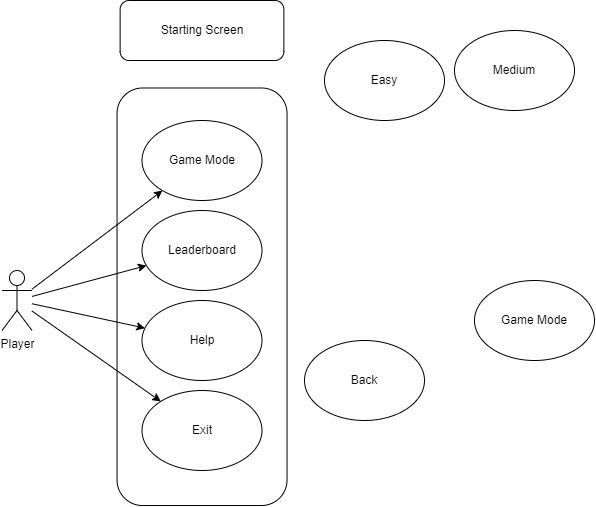
Dzungpham171/Pikachu-project keeps this draw.io diagram as GameInstructions.png. Above is the earlier version. Source tidied: cells renumbered, new cells last; positions are measured from the earlier drawing's top-left corner, leaving out a move shared by most shapes.
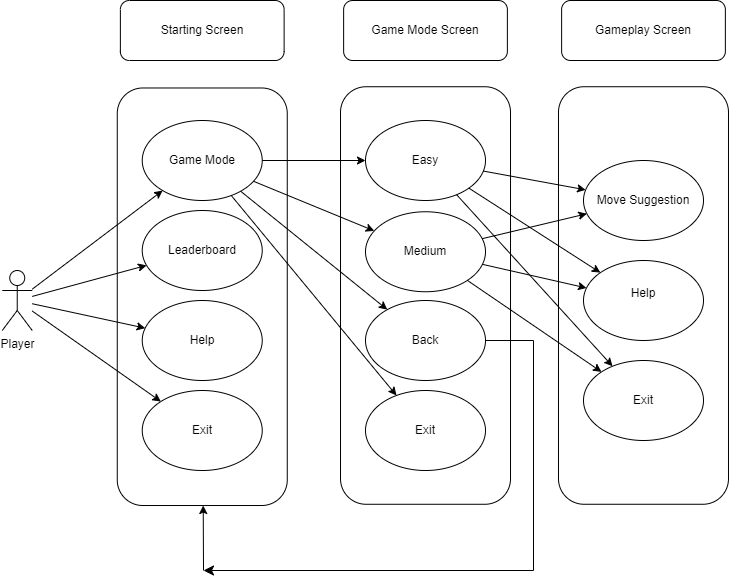
The same file after the commit.

What changed in the source:
```diff
@@ -2,6 +2,15 @@
   <root>
     <mxCell id="0" />
     <mxCell id="1" parent="0" />
+    <mxCell id="17" style="rounded=1;whiteSpace=wrap;html=1;rotation=-90;" parent="1" vertex="1">
+      <mxGeometry x="441" y="210" width="417.5" height="170" as="geometry" />
+    </mxCell>
+    <mxCell id="18" style="rounded=1;whiteSpace=wrap;html=1;rotation=-90;" parent="1" vertex="1">
+      <mxGeometry x="223" y="210" width="417.5" height="170" as="geometry" />
+    </mxCell>
+    <mxCell id="13" value="Easy" style="ellipse;whiteSpace=wrap;html=1;" parent="1" vertex="1">
+      <mxGeometry x="371.8" y="120" width="120" height="80" as="geometry" />
+    </mxCell>
     <mxCell id="2" style="rounded=1;whiteSpace=wrap;html=1;rotation=-90;" parent="1" vertex="1">
       <mxGeometry x="-0.2" y="211.2" width="417.5" height="170" as="geometry" />
     </mxCell>
@@ -21,7 +30,7 @@
       <mxGeometry x="148.5" y="210" width="120" height="80" as="geometry" />
     </mxCell>
     <mxCell id="8" value="Starting Screen" style="rounded=1;whiteSpace=wrap;html=1;" parent="1" vertex="1">
-      <mxGeometry x="126.6" width="163.8" height="60" as="geometry" />
+      <mxGeometry x="126.7" width="163.8" height="60" as="geometry" />
     </mxCell>
     <mxCell id="9" style="endArrow=classic;html=1;rounded=0;" parent="1" edge="1" source="3" target="4">
       <mxGeometry relative="1" as="geometry" />
@@ -35,17 +44,73 @@
     <mxCell id="12" style="endArrow=classic;html=1;rounded=0;" parent="1" edge="1" source="3" target="5">
       <mxGeometry relative="1" as="geometry" />
     </mxCell>
-    <mxCell id="13" value="Easy" style="ellipse;whiteSpace=wrap;html=1;" parent="1" vertex="1">
-      <mxGeometry x="331" y="40" width="120" height="80" as="geometry" />
-    </mxCell>
     <mxCell id="14" value="Medium" style="ellipse;whiteSpace=wrap;html=1;" parent="1" vertex="1">
-      <mxGeometry x="461" y="30" width="120" height="80" as="geometry" />
+      <mxGeometry x="371.8" y="211.2" width="120" height="80" as="geometry" />
     </mxCell>
-    <mxCell id="15" value="Game Mode" style="ellipse;whiteSpace=wrap;html=1;" parent="1" vertex="1">
-      <mxGeometry x="481" y="280" width="120" height="80" as="geometry" />
+    <mxCell id="15" value="Exit" style="ellipse;whiteSpace=wrap;html=1;" parent="1" vertex="1">
+      <mxGeometry x="371.8" y="390" width="120" height="80" as="geometry" />
     </mxCell>
     <mxCell id="16" value="Back" style="ellipse;whiteSpace=wrap;html=1;" parent="1" vertex="1">
-      <mxGeometry x="311" y="340" width="120" height="80" as="geometry" />
+      <mxGeometry x="371.8" y="300" width="120" height="80" as="geometry" />
     </mxCell>
+    <mxCell id="19" value="Game Mode Screen" style="rounded=1;whiteSpace=wrap;html=1;" parent="1" vertex="1">
+      <mxGeometry x="349.9" width="163.8" height="60" as="geometry" />
+    </mxCell>
+    <mxCell id="20" style="endArrow=classic;html=1;rounded=0;" parent="1" edge="1" source="4" target="13">
+      <mxGeometry relative="1" as="geometry" />
+    </mxCell>
+    <mxCell id="21" style="endArrow=classic;html=1;rounded=0;" parent="1" edge="1" source="4" target="14">
+      <mxGeometry relative="1" as="geometry" />
+    </mxCell>
+    <mxCell id="22" style="endArrow=classic;html=1;rounded=0;" parent="1" edge="1" source="4" target="16">
+      <mxGeometry relative="1" as="geometry" />
+    </mxCell>
+    <mxCell id="23" style="endArrow=classic;html=1;rounded=0;" parent="1" edge="1" source="4" target="15">
+      <mxGeometry relative="1" as="geometry" />
+    </mxCell>
+    <mxCell id="24" style="edgeStyle=orthogonalEdgeStyle;elbow=horizontal;endArrow=classic;html=1;rounded=0;endSize=8;startSize=8;" parent="1" edge="1" source="16">
+      <mxGeometry relative="1" as="geometry">
+        <mxPoint x="209.8" y="570" as="targetPoint" />
+        <Array as="points">
+          <mxPoint x="539.8" y="340" />
+          <mxPoint x="539.8" y="570" />
+        </Array>
+      </mxGeometry>
+    </mxCell>
+    <mxCell id="25" style="endArrow=classic;html=1;rounded=0;" parent="1" edge="1" target="2">
+      <mxGeometry relative="1" as="geometry">
+        <mxPoint x="209.8" y="570" as="sourcePoint" />
+      </mxGeometry>
+    </mxCell>
+    <mxCell id="26" value="Move Suggestion" style="ellipse;whiteSpace=wrap;html=1;" parent="1" vertex="1">
+      <mxGeometry x="589.8" y="160" width="120" height="80" as="geometry" />
+    </mxCell>
+    <mxCell id="27" value="Help&lt;div&gt;&lt;br&gt;&lt;/div&gt;" style="ellipse;whiteSpace=wrap;html=1;" parent="1" vertex="1">
+      <mxGeometry x="589.8" y="260" width="120" height="80" as="geometry" />
+    </mxCell>
+    <mxCell id="28" value="Exit" style="ellipse;whiteSpace=wrap;html=1;" parent="1" vertex="1">
+      <mxGeometry x="589.8" y="360" width="120" height="80" as="geometry" />
+    </mxCell>
+    <mxCell id="29" value="Gameplay Screen" style="rounded=1;whiteSpace=wrap;html=1;" parent="1" vertex="1">
+      <mxGeometry x="567.9" width="163.8" height="60" as="geometry" />
+    </mxCell>
+    <mxCell id="30" style="endArrow=classic;html=1;rounded=0;" parent="1" edge="1" source="13" target="26">
+      <mxGeometry relative="1" as="geometry" />
+    </mxCell>
+    <mxCell id="31" style="endArrow=classic;html=1;rounded=0;" parent="1" edge="1" source="14" target="26">
+      <mxGeometry relative="1" as="geometry" />
+    </mxCell>
+    <mxCell id="32" style="endArrow=classic;html=1;rounded=0;" parent="1" edge="1" source="13" target="27">
+      <mxGeometry relative="1" as="geometry" />
+    </mxCell>
+    <mxCell id="33" style="endArrow=classic;html=1;rounded=0;" parent="1" edge="1" source="14" target="27">
+      <mxGeometry relative="1" as="geometry" />
+    </mxCell>
+    <mxCell id="34" style="endArrow=classic;html=1;rounded=0;" parent="1" edge="1" source="13" target="28">
+      <mxGeometry relative="1" as="geometry" />
+    </mxCell>
+    <mxCell id="35" style="endArrow=classic;html=1;rounded=0;" parent="1" edge="1" source="14" target="28">
+      <mxGeometry relative="1" as="geometry" />
+    </mxCell>
   </root>
 </mxGraphModel>
```
